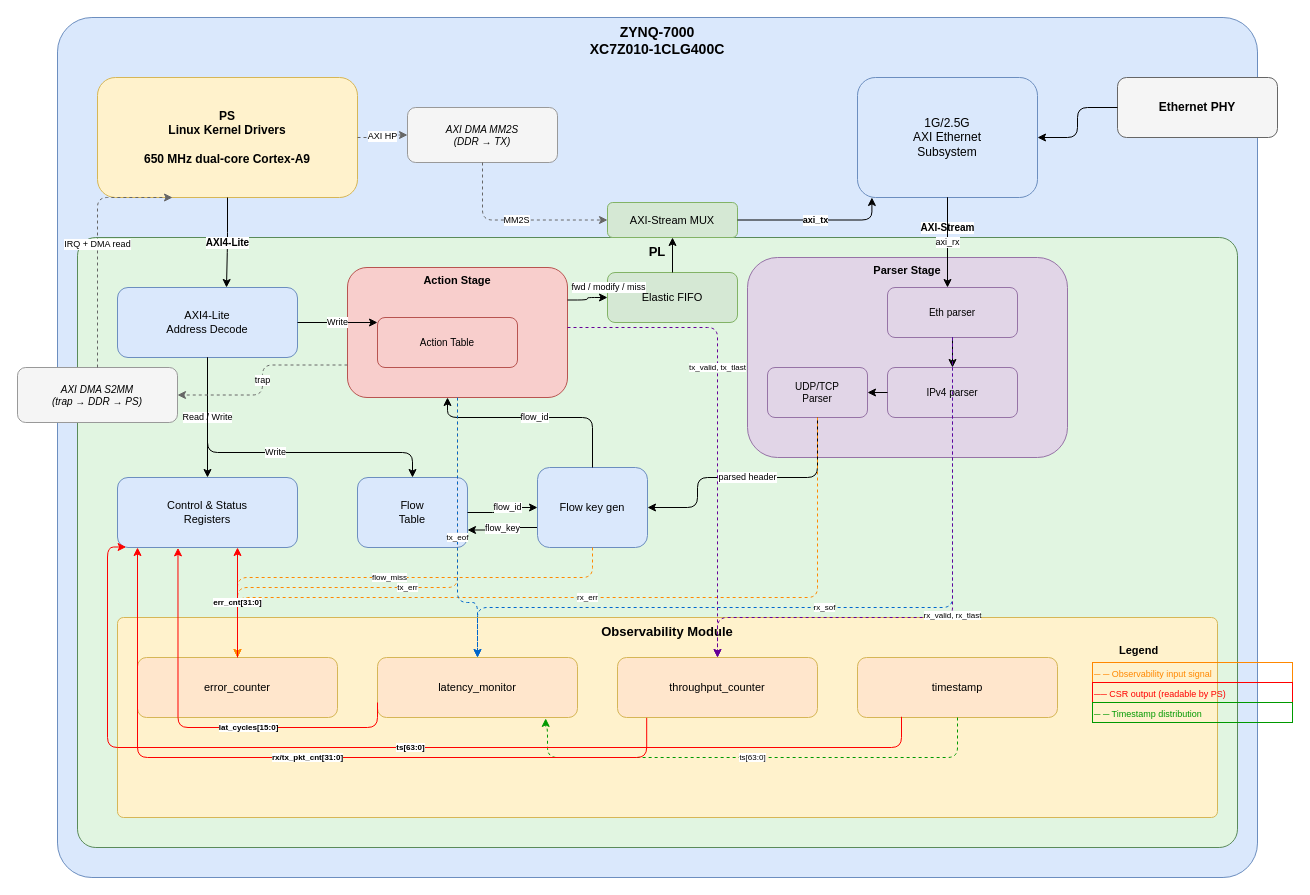
Above: docs/zynq_dataplane.drawio in JesseOinonen/zynq-networking-dataplane (draw.io), before the change. Source tidied: cells renumbered, new cells numbered last; positions are measured from the earlier drawing's top-left corner, leaving out a move shared by most shapes. Both pictures are drawn from the tidied source at 100%, with x=0, y=0 at pixel (17, 17).
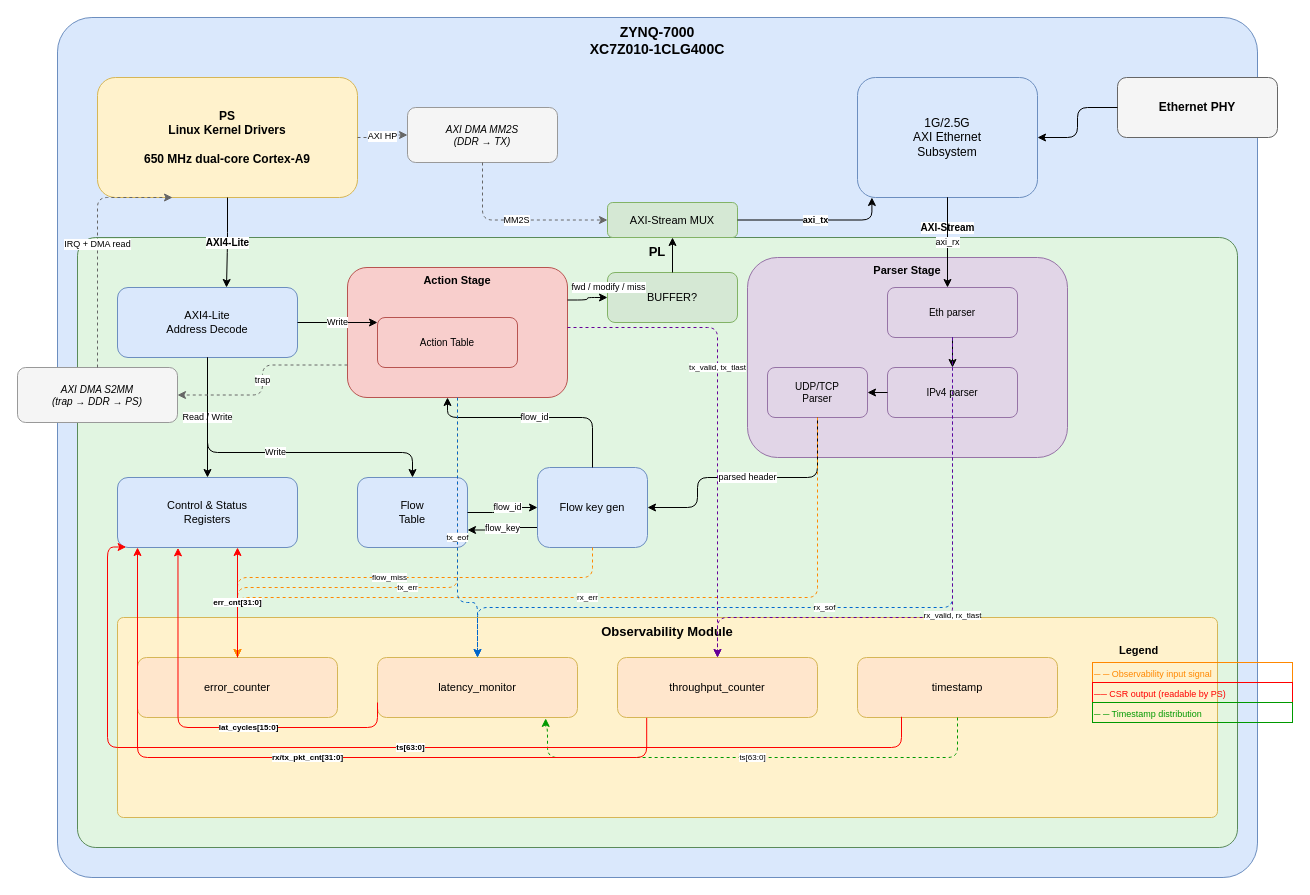
Above is the later version.

Change to the diagram source:
```diff
@@
-    <mxCell id="51" value="Elastic FIFO" style="rounded=1;whiteSpace=wrap;html=1;fillColor=#d5e8d4;strokeColor=#82b366;fontSize=11;" parent="1" vertex="1">
+    <mxCell id="51" value="BUFFER?" style="rounded=1;whiteSpace=wrap;html=1;fillColor=#d5e8d4;strokeColor=#82b366;fontSize=11;" parent="1" vertex="1">
       <mxGeometry x="590" y="255" width="130" height="50" as="geometry" />
     </mxCell>
```
